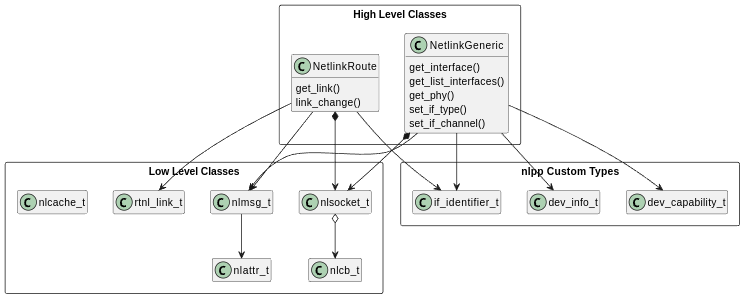
Before: doc/classes.png, a diagram exported from PlantUML (JohnHop/nlpp). Its source is kept beside it as doc/classes.puml. Source of this version:
```plantuml
@startuml classes
top to bottom direction

hide empty fields
hide empty methods

package "High Level Classes" as HLC <<Rectangle>> {
  class NetlinkGeneric {
    get_interface()
    get_list_interfaces()
    get_phy()
    get_list_phys()
    set_if_type()
    set_if_channel()
  }

  class NetlinkRoute {
    get_link()
    link_change()
  }
}

package "Low Level Classes" as LLC <<Rectangle>> {
  class nlsocket_t
  class nlcb_t
  class nlmsg_t

  class rtnl_link_t
  class nlcache_t
  class nlattr_t
}

package "nlpp Custom Types" as CT <<Rectangle>> {
  class if_identifier_t
  class dev_info_t
  class dev_capability_t
}

NetlinkGeneric *--> nlsocket_t
NetlinkGeneric -.> nlmsg_t
NetlinkGeneric -.> dev_info_t
NetlinkGeneric -.> dev_capability_t
NetlinkGeneric -.> if_identifier_t
NetlinkRoute *--> nlsocket_t
NetlinkRoute -.> rtnl_link_t
NetlinkRoute -.> if_identifier_t

nlsocket_t o--> nlcb_t
nlmsg_t .-> nlattr_t


@enduml
```
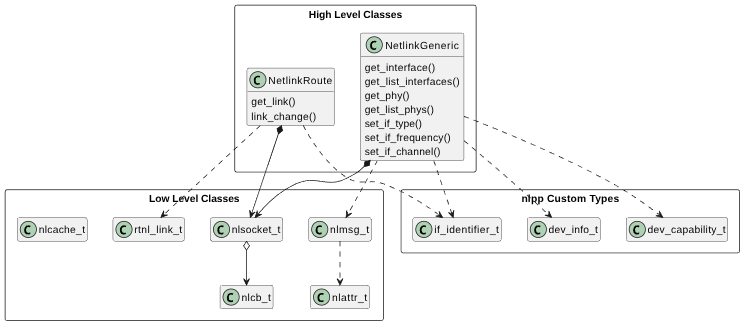
The same diagram one commit later.

Change to the diagram source:
```diff
@@ -11,6 +11,7 @@
     get_phy()
     get_list_phys()
     set_if_type()
+    set_if_frequency()
     set_if_channel()
   }
 
```
